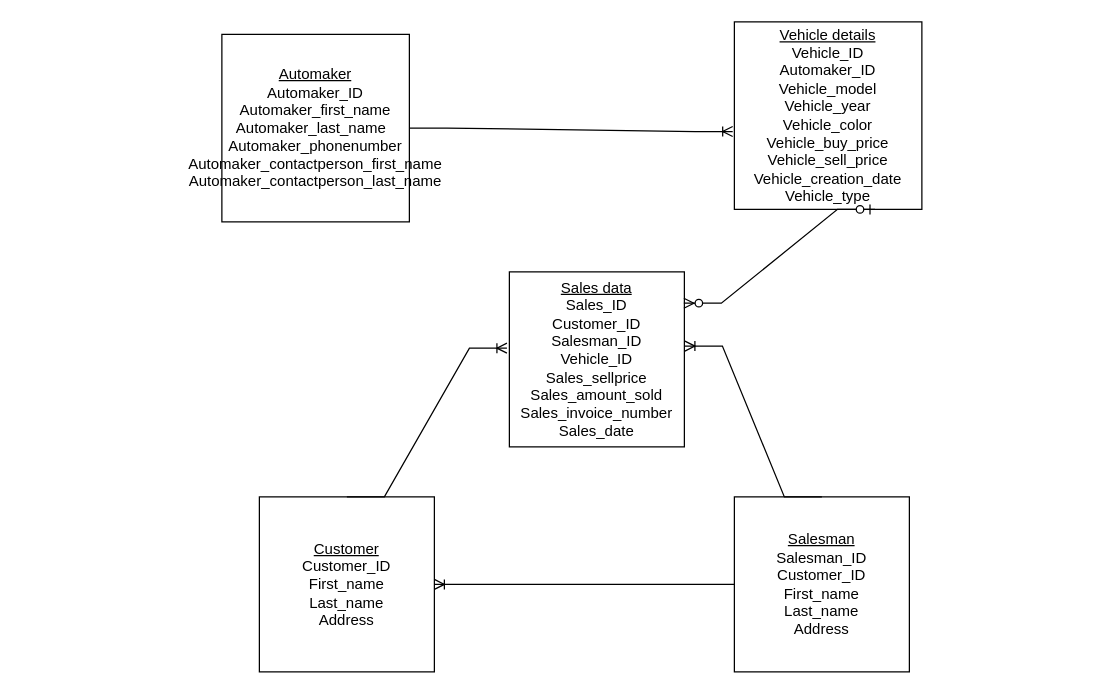
This is Database design.drawio from danielbeumerdevoteam/DevoteamCheckpoints, a draw.io file, before an edit. Source tidied: cells renumbered, new cells numbered last; positions are measured from the earlier drawing's top-left corner, leaving out a move shared by most shapes. Both pictures are drawn from the tidied source at 125%, with x=0, y=0 at pixel (221, 21).
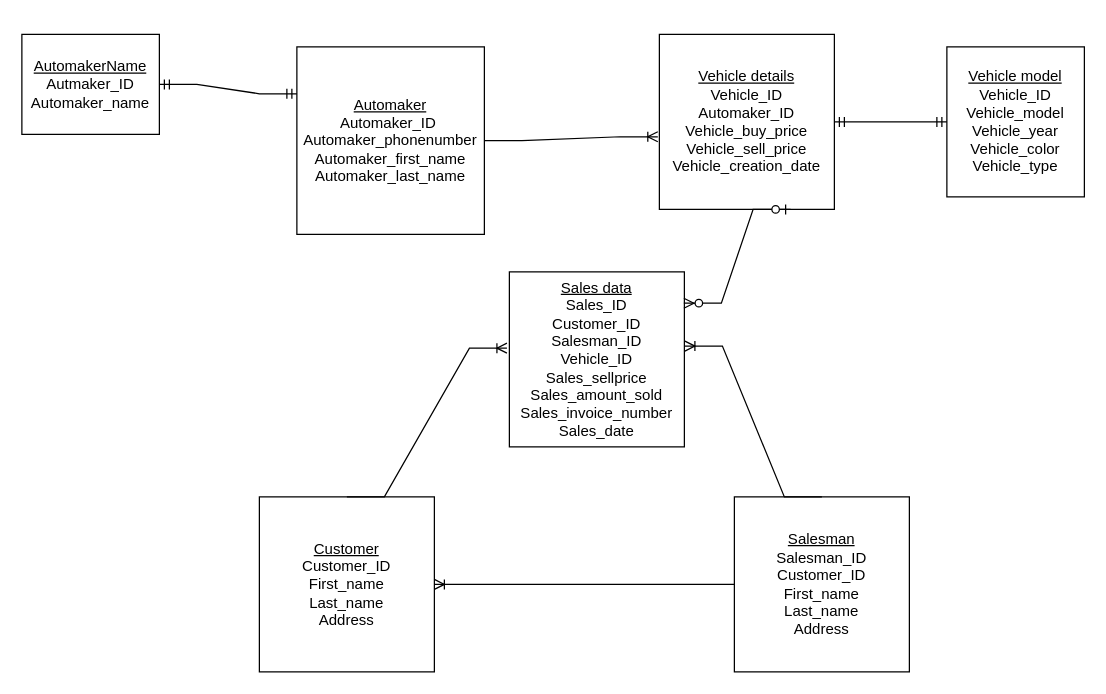
After the change.

The edit, as a diff of the source:
```diff
@@
 <mxGraphModel>
   <root>
     <mxCell id="0" />
     <mxCell id="1" parent="0" />
-    <mxCell id="2" value="&lt;u&gt;Automaker&lt;/u&gt;&lt;br&gt;Automaker_ID&lt;br&gt;Automaker_first_name&lt;br&gt;Automaker_last_name&amp;nbsp;&amp;nbsp;&lt;br&gt;Automaker_phonenumber&lt;br&gt;Automaker_contactperson_first_name&lt;br&gt;Automaker_contactperson_last_name" style="whiteSpace=wrap;html=1;" parent="1" vertex="1">
-      <mxGeometry y="10" width="150" height="150" as="geometry" />
+    <mxCell id="2" value="&lt;u&gt;Automaker&lt;/u&gt;&lt;br&gt;Automaker_ID&amp;nbsp;&lt;br&gt;Automaker_phonenumber&lt;br&gt;Automaker_first_name&lt;br&gt;Automaker_last_name" style="whiteSpace=wrap;html=1;" parent="1" vertex="1">
+      <mxGeometry x="60" y="20" width="150" height="150" as="geometry" />
     </mxCell>
-    <mxCell id="3" value="&lt;font style=&quot;font-size: 12px;&quot;&gt;&lt;u&gt;Vehicle details&lt;/u&gt;&lt;br&gt;Vehicle_ID&lt;br&gt;Automaker_ID&lt;br&gt;Vehicle_model&lt;br&gt;Vehicle_year&lt;br&gt;Vehicle_color&lt;br&gt;Vehicle_buy_price&lt;br&gt;Vehicle_sell_price&lt;br&gt;Vehicle_creation_date&lt;br&gt;Vehicle_type&lt;/font&gt;" style="whiteSpace=wrap;html=1;" parent="1" vertex="1">
-      <mxGeometry x="410" width="150" height="150" as="geometry" />
+    <mxCell id="3" value="&lt;font style=&quot;font-size: 12px;&quot;&gt;&lt;u&gt;Vehicle details&lt;/u&gt;&lt;br&gt;Vehicle_ID&lt;br&gt;Automaker_ID&lt;br&gt;Vehicle_buy_price&lt;br&gt;Vehicle_sell_price&lt;br&gt;Vehicle_creation_date&lt;br&gt;&lt;/font&gt;" style="whiteSpace=wrap;html=1;" parent="1" vertex="1">
+      <mxGeometry x="350" y="10" width="140" height="140" as="geometry" />
     </mxCell>
     <mxCell id="4" value="&lt;u&gt;Customer&lt;/u&gt;&lt;br&gt;Customer_ID&lt;br&gt;First_name&lt;br&gt;Last_name&lt;br&gt;Address" style="whiteSpace=wrap;html=1;" parent="1" vertex="1">
       <mxGeometry x="30" y="380" width="140" height="140" as="geometry" />
     </mxCell>
     <mxCell id="5" value="&lt;u&gt;Sales data&lt;/u&gt;&lt;br&gt;Sales_ID&lt;br&gt;Customer_ID&lt;br&gt;Salesman_ID&lt;br&gt;Vehicle_ID&lt;br&gt;Sales_sellprice&lt;br&gt;Sales_amount_sold&lt;br&gt;Sales_invoice_number&lt;br&gt;Sales_date" style="whiteSpace=wrap;html=1;" parent="1" vertex="1">
       <mxGeometry x="230" y="200" width="140" height="140" as="geometry" />
     </mxCell>
     <mxCell id="6" value="&lt;u style=&quot;border-color: var(--border-color);&quot;&gt;Salesman&lt;/u&gt;&lt;br style=&quot;border-color: var(--border-color);&quot;&gt;Salesman_ID&lt;br&gt;Customer_ID&lt;br style=&quot;border-color: var(--border-color);&quot;&gt;First_name&lt;br style=&quot;border-color: var(--border-color);&quot;&gt;Last_name&lt;br style=&quot;border-color: var(--border-color);&quot;&gt;Address" style="whiteSpace=wrap;html=1;" parent="1" vertex="1">
       <mxGeometry x="410" y="380" width="140" height="140" as="geometry" />
     </mxCell>
     <mxCell id="7" style="edgeStyle=entityRelationEdgeStyle;fontSize=12;html=1;endArrow=ERoneToMany;rounded=0;entryX=-0.009;entryY=0.585;entryDx=0;entryDy=0;entryPerimeter=0;exitX=1;exitY=0.5;exitDx=0;exitDy=0;" parent="1" edge="1" source="2" target="3">
       <mxGeometry relative="1" as="geometry" />
     </mxCell>
     <mxCell id="8" style="edgeStyle=entityRelationEdgeStyle;fontSize=12;html=1;endArrow=ERoneToMany;rounded=0;exitX=0;exitY=0.5;exitDx=0;exitDy=0;entryX=1;entryY=0.5;entryDx=0;entryDy=0;" parent="1" edge="1" source="6" target="4">
       <mxGeometry relative="1" as="geometry" />
     </mxCell>
     <mxCell id="9" style="edgeStyle=entityRelationEdgeStyle;fontSize=12;html=1;endArrow=ERoneToMany;rounded=0;entryX=-0.014;entryY=0.436;entryDx=0;entryDy=0;exitX=0.5;exitY=0;exitDx=0;exitDy=0;entryPerimeter=0;" parent="1" edge="1" source="4" target="5">
       <mxGeometry relative="1" as="geometry" />
     </mxCell>
     <mxCell id="10" style="edgeStyle=entityRelationEdgeStyle;fontSize=12;html=1;endArrow=ERoneToMany;rounded=0;exitX=0.5;exitY=0;exitDx=0;exitDy=0;entryX=1.003;entryY=0.424;entryDx=0;entryDy=0;entryPerimeter=0;" parent="1" edge="1" source="6" target="5">
       <mxGeometry relative="1" as="geometry" />
     </mxCell>
     <mxCell id="11" style="edgeStyle=entityRelationEdgeStyle;fontSize=12;html=1;endArrow=ERzeroToMany;startArrow=ERzeroToOne;rounded=0;entryX=0.997;entryY=0.179;entryDx=0;entryDy=0;entryPerimeter=0;exitX=0.75;exitY=1;exitDx=0;exitDy=0;" parent="1" edge="1" source="3" target="5">
       <mxGeometry relative="1" as="geometry" />
     </mxCell>
+    <mxCell id="12" value="&lt;u&gt;AutomakerName&lt;br&gt;&lt;/u&gt;Autmaker_ID&lt;br&gt;Automaker_name" style="rounded=0;whiteSpace=wrap;html=1;" parent="1" vertex="1">
+      <mxGeometry x="-160" y="10" width="110" height="80" as="geometry" />
+    </mxCell>
+    <mxCell id="13" style="edgeStyle=entityRelationEdgeStyle;fontSize=12;html=1;endArrow=ERmandOne;startArrow=ERmandOne;rounded=0;exitX=1;exitY=0.5;exitDx=0;exitDy=0;entryX=0;entryY=0.25;entryDx=0;entryDy=0;" parent="1" edge="1" source="12" target="2">
+      <mxGeometry relative="1" as="geometry" />
+    </mxCell>
+    <mxCell id="14" value="&lt;u&gt;Vehicle model&lt;/u&gt;&lt;br&gt;Vehicle_ID&lt;br&gt;Vehicle_model&lt;br&gt;Vehicle_year&lt;br&gt;Vehicle_color&lt;br&gt;Vehicle_type" style="rounded=0;whiteSpace=wrap;html=1;" parent="1" vertex="1">
+      <mxGeometry x="580" y="20" width="110" height="120" as="geometry" />
+    </mxCell>
+    <mxCell id="15" style="edgeStyle=entityRelationEdgeStyle;fontSize=12;html=1;endArrow=ERmandOne;startArrow=ERmandOne;rounded=0;exitX=1;exitY=0.5;exitDx=0;exitDy=0;entryX=0;entryY=0.5;entryDx=0;entryDy=0;" parent="1" edge="1" source="3" target="14">
+      <mxGeometry relative="1" as="geometry" />
+    </mxCell>
   </root>
 </mxGraphModel>
```
